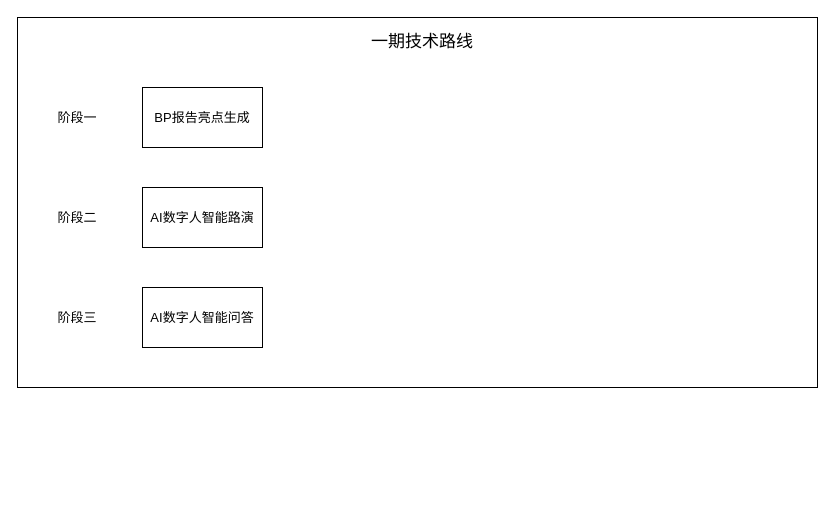
Above: FA流程图.drawio in lengyueit/paper_pic (draw.io), before the change. Source tidied: cells renumbered, new cells numbered last; positions are measured from the earlier drawing's top-left corner, leaving out a move shared by most shapes. Both pictures are drawn from the tidied source at 100%, with x=0, y=0 at pixel (17, 17).
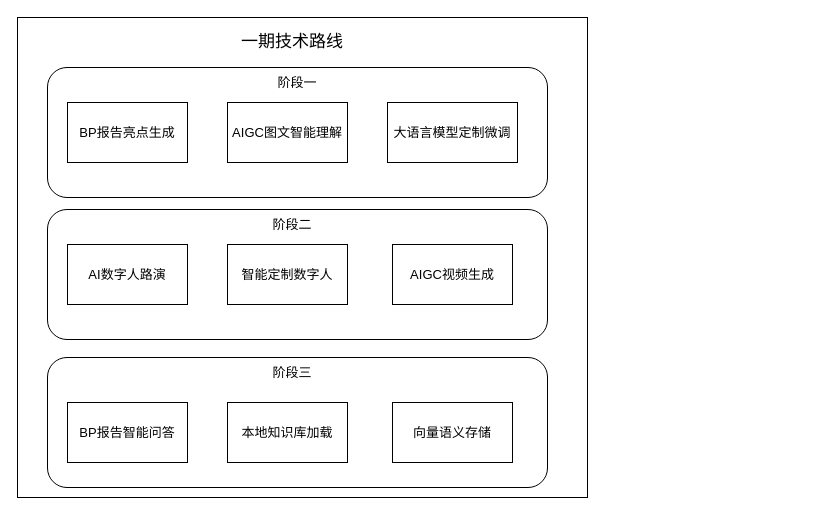
Above is the later version.

Commit message (it also covers changes not shown here):
更新FA流程图.drawio

Diff of the diagram source:
```diff
@@
 <mxGraphModel>
   <root>
     <mxCell id="0" />
     <mxCell id="1" parent="0" />
     <mxCell id="2" style="rounded=0;whiteSpace=wrap;html=1;fontSize=13;" parent="1" vertex="1">
-      <mxGeometry width="800" height="370" as="geometry" />
+      <mxGeometry width="570" height="480" as="geometry" />
     </mxCell>
+    <mxCell id="4" value="一期技术路线" style="text;html=1;align=center;verticalAlign=middle;whiteSpace=wrap;rounded=0;fontSize=17;" parent="1" vertex="1">
+      <mxGeometry x="130" y="10" width="290" height="30" as="geometry" />
+    </mxCell>
+    <mxCell id="10" style="rounded=1;whiteSpace=wrap;html=1;" parent="1" vertex="1">
+      <mxGeometry x="30" y="50" width="500" height="130" as="geometry" />
+    </mxCell>
     <mxCell id="3" value="BP报告亮点生成" style="rounded=0;whiteSpace=wrap;html=1;fontSize=13;" parent="1" vertex="1">
-      <mxGeometry x="125" y="70" width="120" height="60" as="geometry" />
+      <mxGeometry x="50" y="85" width="120" height="60" as="geometry" />
     </mxCell>
-    <mxCell id="4" value="一期技术路线" style="text;html=1;align=center;verticalAlign=middle;whiteSpace=wrap;rounded=0;fontSize=17;" parent="1" vertex="1">
-      <mxGeometry x="260" y="10" width="290" height="30" as="geometry" />
-    </mxCell>
+    <mxCell id="7" value="阶段一" style="text;html=1;align=center;verticalAlign=middle;whiteSpace=wrap;rounded=0;fontSize=13;" parent="1" vertex="1">
+      <mxGeometry x="250" y="50" width="60" height="30" as="geometry" />
+    </mxCell>
+    <mxCell id="11" value="AIGC图文智能理解" style="rounded=0;whiteSpace=wrap;html=1;fontSize=13;" parent="1" vertex="1">
+      <mxGeometry x="210" y="85" width="120" height="60" as="geometry" />
+    </mxCell>
+    <mxCell id="12" value="大语言模型定制微调" style="rounded=0;whiteSpace=wrap;html=1;fontSize=13;" parent="1" vertex="1">
+      <mxGeometry x="370" y="85" width="130" height="60" as="geometry" />
+    </mxCell>
+    <mxCell id="13" style="rounded=1;whiteSpace=wrap;html=1;" parent="1" vertex="1">
+      <mxGeometry x="30" y="192" width="500" height="130" as="geometry" />
+    </mxCell>
-    <mxCell id="5" value="AI数字人智能路演" style="rounded=0;whiteSpace=wrap;html=1;fontSize=13;" parent="1" vertex="1">
-      <mxGeometry x="125" y="170" width="120" height="60" as="geometry" />
+    <mxCell id="5" value="AI数字人路演" style="rounded=0;whiteSpace=wrap;html=1;fontSize=13;" parent="1" vertex="1">
+      <mxGeometry x="50" y="227" width="120" height="60" as="geometry" />
     </mxCell>
+    <mxCell id="8" value="阶段二" style="text;html=1;align=center;verticalAlign=middle;whiteSpace=wrap;rounded=0;fontSize=13;" parent="1" vertex="1">
+      <mxGeometry x="245" y="192" width="60" height="30" as="geometry" />
+    </mxCell>
+    <mxCell id="14" value="智能定制数字人" style="rounded=0;whiteSpace=wrap;html=1;fontSize=13;" parent="1" vertex="1">
+      <mxGeometry x="210" y="227" width="120" height="60" as="geometry" />
+    </mxCell>
+    <mxCell id="15" value="AIGC视频生成" style="rounded=0;whiteSpace=wrap;html=1;fontSize=13;" parent="1" vertex="1">
+      <mxGeometry x="375" y="227" width="120" height="60" as="geometry" />
+    </mxCell>
+    <mxCell id="16" style="rounded=1;whiteSpace=wrap;html=1;" parent="1" vertex="1">
+      <mxGeometry x="30" y="340" width="500" height="130" as="geometry" />
+    </mxCell>
+    <mxCell id="9" value="阶段三" style="text;html=1;align=center;verticalAlign=middle;whiteSpace=wrap;rounded=0;fontSize=13;" parent="1" vertex="1">
+      <mxGeometry x="245" y="340" width="60" height="30" as="geometry" />
+    </mxCell>
-    <mxCell id="6" value="AI数字人智能问答" style="rounded=0;whiteSpace=wrap;html=1;fontSize=13;" parent="1" vertex="1">
-      <mxGeometry x="125" y="270" width="120" height="60" as="geometry" />
+    <mxCell id="6" value="BP报告智能问答" style="rounded=0;whiteSpace=wrap;html=1;fontSize=13;" parent="1" vertex="1">
+      <mxGeometry x="50" y="385" width="120" height="60" as="geometry" />
     </mxCell>
-    <mxCell id="7" value="阶段一" style="text;html=1;align=center;verticalAlign=middle;whiteSpace=wrap;rounded=0;fontSize=13;" parent="1" vertex="1">
-      <mxGeometry x="30" y="85" width="60" height="30" as="geometry" />
-    </mxCell>
-    <mxCell id="8" value="阶段二" style="text;html=1;align=center;verticalAlign=middle;whiteSpace=wrap;rounded=0;fontSize=13;" parent="1" vertex="1">
-      <mxGeometry x="30" y="185" width="60" height="30" as="geometry" />
-    </mxCell>
-    <mxCell id="9" value="阶段三" style="text;html=1;align=center;verticalAlign=middle;whiteSpace=wrap;rounded=0;fontSize=13;" parent="1" vertex="1">
-      <mxGeometry x="30" y="285" width="60" height="30" as="geometry" />
-    </mxCell>
+    <mxCell id="17" value="本地知识库加载" style="rounded=0;whiteSpace=wrap;html=1;fontSize=13;" parent="1" vertex="1">
+      <mxGeometry x="210" y="385" width="120" height="60" as="geometry" />
+    </mxCell>
+    <mxCell id="18" value="向量语义存储" style="rounded=0;whiteSpace=wrap;html=1;fontSize=13;" parent="1" vertex="1">
+      <mxGeometry x="375" y="385" width="120" height="60" as="geometry" />
+    </mxCell>
   </root>
 </mxGraphModel>
```
